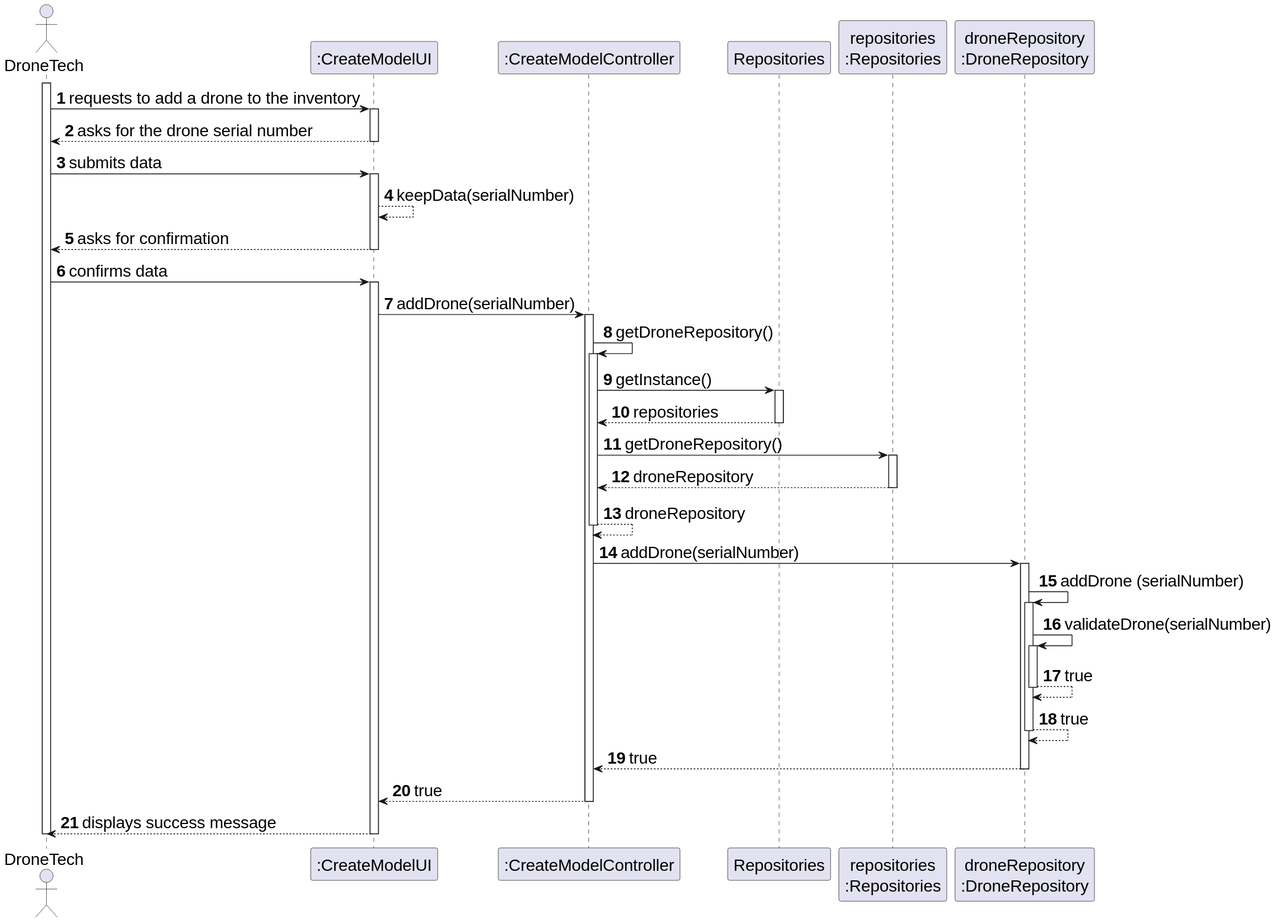
This is docs/SPRINT_2/US241/images/sequence_diagram_us241.svg from diogoveirospro/sem4pi-2024-2025-sem4pi_2024_2025_g44, a PlantUML export, as it was before one commit.
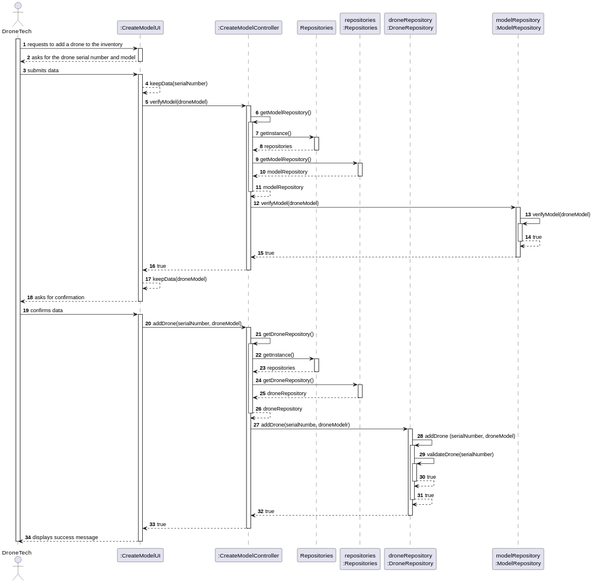
The same diagram one commit later.

What changed in the source:
```diff
@@ -1,5 +1,4 @@
 @startuml
-skinparamlocked defaultFontSize 20
 skinparam packageStyle rectangle
 skinparam shadowing false
 
@@ -11,21 +10,50 @@
 participant "Repositories" as REPOS
 participant "repositories\n:Repositories" as REPOS_SINGLETON
 participant "droneRepository\n:DroneRepository" as DRN_REPO
+participant "modelRepository\n:ModelRepository" as MDL_REPO
 
 activate DT
 
 DT -> UI : requests to add a drone to the inventory
 activate UI
-    UI --> DT : asks for the drone serial number
+    UI --> DT : asks for the drone serial number and model
         deactivate UI
     DT -> UI : submits data
     activate UI
     UI --> UI : keepData(serialNumber)
+
+    UI -> CTRL : verifyModel(droneModel)
+    activate CTRL
+    CTRL -> CTRL :getModelRepository()
+            activate CTRL
+            CTRL -> REPOS : getInstance()
+            activate REPOS
+                REPOS --> CTRL : repositories
+            deactivate REPOS
+
+            CTRL -> REPOS_SINGLETON : getModelRepository()
+            activate REPOS_SINGLETON
+                REPOS_SINGLETON --> CTRL : modelRepository
+            deactivate REPOS_SINGLETON
+            CTRL -->CTRL : modelRepository
+            deactivate CTRL
+    CTRL -> MDL_REPO : verifyModel(droneModel)
+    activate MDL_REPO
+    MDL_REPO -> MDL_REPO : verifyModel(droneModel)
+    activate MDL_REPO
+    MDL_REPO --> MDL_REPO : true
+    deactivate MDL_REPO
+    MDL_REPO --> CTRL : true
+    deactivate MDL_REPO
+    CTRL --> UI : true
+    deactivate CTRL
+    UI --> UI : keepData(droneModel)
+
     UI --> DT : asks for confirmation
     deactivate UI
     DT -> UI : confirms data
     activate UI
-    UI -> CTRL : addDrone(serialNumber)
+    UI -> CTRL : addDrone(serialNumber, droneModel)
     activate CTRL
         CTRL -> CTRL :getDroneRepository()
         activate CTRL
@@ -40,10 +68,10 @@
         deactivate REPOS_SINGLETON
         CTRL -->CTRL : droneRepository
         deactivate CTRL
-            CTRL -> DRN_REPO : addDrone(serialNumber)
+            CTRL -> DRN_REPO : addDrone(serialNumbe, droneModelr)
             activate DRN_REPO
 
-        DRN_REPO -> DRN_REPO: addDrone (serialNumber)
+        DRN_REPO -> DRN_REPO: addDrone (serialNumber, droneModel)
                 activate DRN_REPO
                     DRN_REPO -> DRN_REPO: validateDrone(serialNumber)
                     activate DRN_REPO
```
